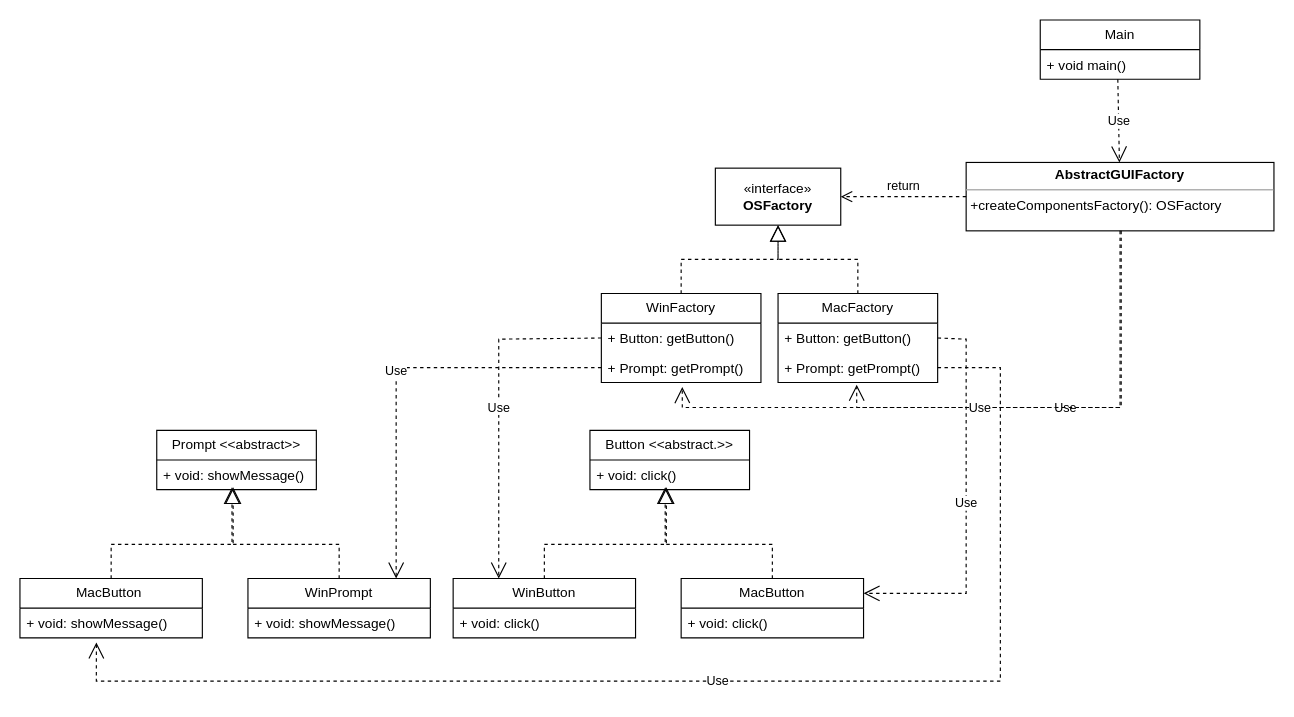
The draw.io diagram Creational/Abstract Factory/abstract factory example1 uml.drawio in SubhamAshok/Design-Patterns, before the edit. Source tidied: cells renumbered, new cells numbered last; positions are measured from the earlier drawing's top-left corner, leaving out a move shared by most shapes. Both pictures are drawn from the tidied source at 114%, with x=0, y=0 at pixel (19, 19).
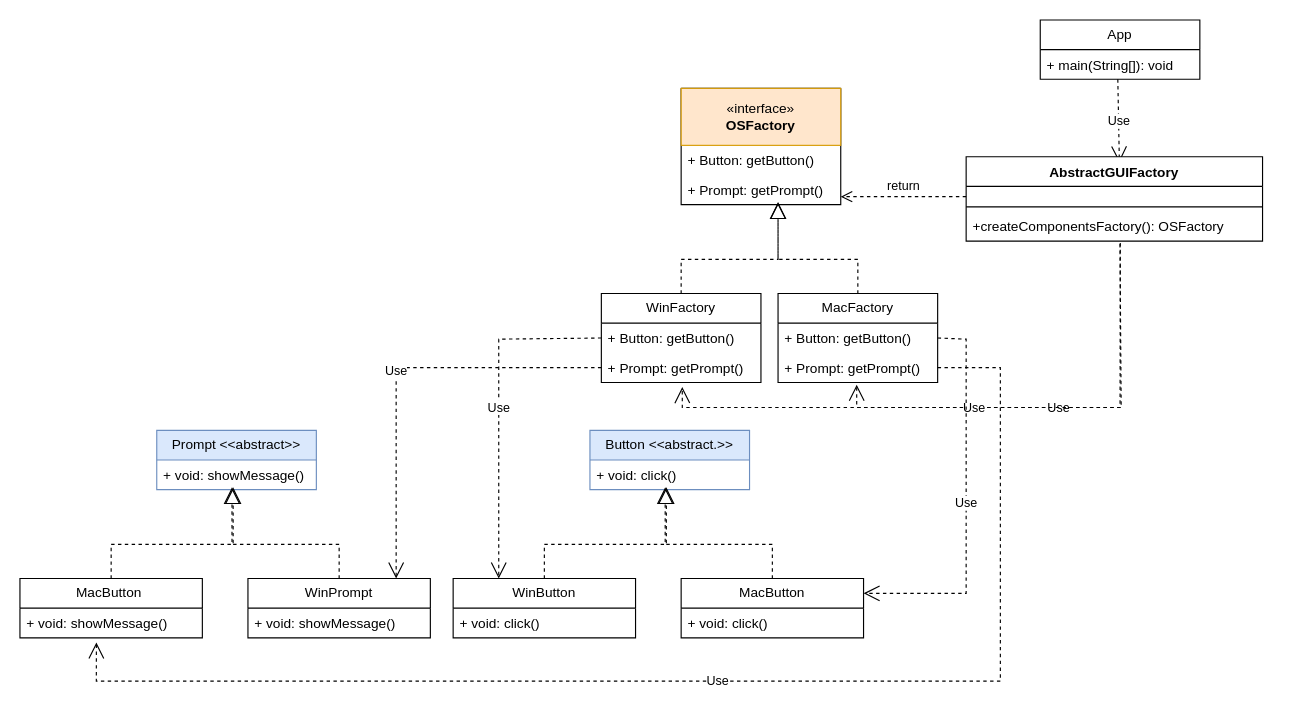
After the change.

Unchanged cells that the change refers to:
```xml
<mxCell id="3" value="WinFactory" style="swimlane;fontStyle=0;horizontal=1;startSize=26;fillColor=none;whiteSpace=wrap;html=1;" parent="1" vertex="1">
  <mxGeometry x="510" y="240" width="140" height="78" as="geometry" />
</mxCell>
<mxCell id="5" value="+ Prompt: getPrompt()" style="text;strokeColor=none;fillColor=none;align=left;verticalAlign=top;spacingLeft=4;spacingRight=4;overflow=hidden;points=[[0,0.5],[1,0.5]];portConstraint=eastwest;whiteSpace=wrap;html=1;" parent="3" vertex="1">
  <mxGeometry y="52" width="140" height="26" as="geometry" />
</mxCell>
<mxCell id="6" value="MacFactory" style="swimlane;fontStyle=0;horizontal=1;startSize=26;fillColor=none;whiteSpace=wrap;html=1;" parent="1" vertex="1">
  <mxGeometry x="665" y="240" width="140" height="78" as="geometry" />
</mxCell>
```

Diff of the diagram source:
```diff
@@
-    <mxCell id="2" value="«interface»&lt;br&gt;&lt;b&gt;OSFactory&lt;/b&gt;" style="html=1;whiteSpace=wrap;" parent="1" vertex="1">
-      <mxGeometry x="610" y="130" width="110" height="50" as="geometry" />
-    </mxCell>
@@
-    <mxCell id="9" style="endArrow=block;dashed=1;endFill=0;endSize=12;html=1;rounded=0;exitX=0.5;exitY=0;exitDx=0;exitDy=0;entryX=0.5;entryY=1;entryDx=0;entryDy=0;" parent="1" edge="1" source="3" target="2">
+    <mxCell id="9" style="endArrow=block;dashed=1;endFill=0;endSize=12;html=1;rounded=0;exitX=0.5;exitY=0;exitDx=0;exitDy=0;" parent="1" edge="1" source="3">
       <mxGeometry relative="1" as="geometry">
+        <mxPoint x="665" y="160" as="targetPoint" />
         <Array as="points">
           <mxPoint x="580" y="210" />
           <mxPoint x="665" y="210" />
         </Array>
       </mxGeometry>
     </mxCell>
-    <mxCell id="10" style="endArrow=block;dashed=1;endFill=0;endSize=12;html=1;rounded=0;exitX=0.5;exitY=0;exitDx=0;exitDy=0;entryX=0.5;entryY=1;entryDx=0;entryDy=0;" parent="1" edge="1" source="6" target="2">
+    <mxCell id="10" style="endArrow=block;dashed=1;endFill=0;endSize=12;html=1;rounded=0;exitX=0.5;exitY=0;exitDx=0;exitDy=0;" parent="1" edge="1" source="6">
       <mxGeometry relative="1" as="geometry">
+        <mxPoint x="665" y="160" as="targetPoint" />
         <Array as="points">
           <mxPoint x="735" y="210" />
           <mxPoint x="665" y="210" />
         </Array>
       </mxGeometry>
     </mxCell>
-    <mxCell id="11" value="Button &amp;lt;&amp;lt;abstract.&amp;gt;&amp;gt;" style="swimlane;fontStyle=0;horizontal=1;startSize=26;fillColor=none;whiteSpace=wrap;html=1;" parent="1" vertex="1">
+    <mxCell id="11" value="Button &amp;lt;&amp;lt;abstract.&amp;gt;&amp;gt;" style="swimlane;fontStyle=0;horizontal=1;startSize=26;fillColor=#dae8fc;whiteSpace=wrap;html=1;strokeColor=#6c8ebf;" parent="1" vertex="1">
       <mxGeometry x="500" y="360" width="140" height="52" as="geometry" />
     </mxCell>
@@
-    <mxCell id="19" value="&lt;p style=&quot;margin:0px;margin-top:4px;text-align:center;&quot;&gt;&lt;b&gt;AbstractGUIFactory&lt;/b&gt;&lt;/p&gt;&lt;hr size=&quot;1&quot;&gt;&lt;p style=&quot;margin:0px;margin-left:4px;&quot;&gt;&lt;span style=&quot;background-color: initial;&quot;&gt;+createComponentsFactory(): OSFactory&lt;/span&gt;&lt;br&gt;&lt;/p&gt;" style="verticalAlign=top;align=left;overflow=fill;fontSize=12;fontFamily=Helvetica;html=1;whiteSpace=wrap;" parent="1" vertex="1">
-      <mxGeometry x="830" y="125" width="270" height="60" as="geometry" />
-    </mxCell>
-    <mxCell id="20" value="return" style="html=1;verticalAlign=bottom;endArrow=open;dashed=1;endSize=8;edgeStyle=elbowEdgeStyle;elbow=vertical;curved=0;rounded=0;exitX=0;exitY=0.5;exitDx=0;exitDy=0;" parent="1" edge="1" source="19">
+    <mxCell id="20" value="return" style="html=1;verticalAlign=bottom;endArrow=open;dashed=1;endSize=8;edgeStyle=elbowEdgeStyle;elbow=vertical;curved=0;rounded=0;exitX=0;exitY=0.5;exitDx=0;exitDy=0;" parent="1" edge="1">
       <mxGeometry relative="1" as="geometry">
+        <mxPoint x="830" y="155" as="sourcePoint" />
         <mxPoint x="720" y="154.5" as="targetPoint" />
       </mxGeometry>
     </mxCell>
-    <mxCell id="21" value="Main" style="swimlane;fontStyle=0;horizontal=1;startSize=26;fillColor=none;whiteSpace=wrap;html=1;" parent="1" vertex="1">
+    <mxCell id="21" value="App" style="swimlane;fontStyle=0;horizontal=1;startSize=26;fillColor=none;whiteSpace=wrap;html=1;" parent="1" vertex="1">
       <mxGeometry x="895" width="140" height="52" as="geometry" />
     </mxCell>
-    <mxCell id="22" value="+ void main()" style="text;strokeColor=none;fillColor=none;align=left;verticalAlign=top;spacingLeft=4;spacingRight=4;overflow=hidden;points=[[0,0.5],[1,0.5]];portConstraint=eastwest;whiteSpace=wrap;html=1;" parent="21" vertex="1">
+    <mxCell id="22" value="+ main(String[]): void" style="text;strokeColor=none;fillColor=none;align=left;verticalAlign=top;spacingLeft=4;spacingRight=4;overflow=hidden;points=[[0,0.5],[1,0.5]];portConstraint=eastwest;whiteSpace=wrap;html=1;" parent="21" vertex="1">
       <mxGeometry y="26" width="140" height="26" as="geometry" />
     </mxCell>
-    <mxCell id="23" value="Use" style="endArrow=open;endSize=12;dashed=1;html=1;rounded=0;exitX=0.486;exitY=1;exitDx=0;exitDy=0;exitPerimeter=0;" parent="1" edge="1" source="22" target="19">
-      <mxGeometry relative="1" as="geometry" />
+    <mxCell id="23" value="Use" style="endArrow=open;endSize=12;dashed=1;html=1;rounded=0;exitX=0.486;exitY=1;exitDx=0;exitDy=0;exitPerimeter=0;" parent="1" edge="1" source="22">
+      <mxGeometry relative="1" as="geometry">
+        <mxPoint x="964.4" y="125" as="targetPoint" />
+      </mxGeometry>
     </mxCell>
-    <mxCell id="24" value="Use" style="endArrow=open;endSize=12;dashed=1;html=1;rounded=0;exitX=0.5;exitY=1;exitDx=0;exitDy=0;" parent="1" edge="1" source="19">
+    <mxCell id="24" value="Use" style="endArrow=open;endSize=12;dashed=1;html=1;rounded=0;exitX=0.52;exitY=1.063;exitDx=0;exitDy=0;exitPerimeter=0;" parent="1" edge="1" source="44">
       <mxGeometry relative="1" as="geometry">
         <mxPoint x="734" y="320" as="targetPoint" />
         <Array as="points">
           <mxPoint x="965" y="340" />
           <mxPoint x="734" y="340" />
         </Array>
       </mxGeometry>
     </mxCell>
-    <mxCell id="25" value="Use" style="endArrow=open;endSize=12;dashed=1;html=1;rounded=0;exitX=0.5;exitY=1;exitDx=0;exitDy=0;entryX=0.507;entryY=1.154;entryDx=0;entryDy=0;entryPerimeter=0;" parent="1" edge="1" target="5">
+    <mxCell id="25" value="Use" style="endArrow=open;endSize=12;dashed=1;html=1;rounded=0;exitX=0.519;exitY=1.096;exitDx=0;exitDy=0;entryX=0.507;entryY=1.154;entryDx=0;entryDy=0;entryPerimeter=0;exitPerimeter=0;" parent="1" edge="1" source="44" target="5">
       <mxGeometry relative="1" as="geometry">
-        <mxPoint x="966" y="185" as="sourcePoint" />
         <Array as="points">
           <mxPoint x="966" y="340" />
           <mxPoint x="735" y="340" />
           <mxPoint x="581" y="340" />
         </Array>
       </mxGeometry>
     </mxCell>
@@
-    <mxCell id="27" value="Prompt &amp;lt;&amp;lt;abstract&amp;gt;&amp;gt;" style="swimlane;fontStyle=0;horizontal=1;startSize=26;fillColor=none;whiteSpace=wrap;html=1;" parent="1" vertex="1">
+    <mxCell id="27" value="Prompt &amp;lt;&amp;lt;abstract&amp;gt;&amp;gt;" style="swimlane;fontStyle=0;horizontal=1;startSize=26;fillColor=#dae8fc;whiteSpace=wrap;html=1;strokeColor=#6c8ebf;" parent="1" vertex="1">
       <mxGeometry x="120" y="360" width="140" height="52" as="geometry" />
     </mxCell>
@@
+    <mxCell id="38" style="swimlane;fontStyle=0;horizontal=1;startSize=0;fillColor=none;whiteSpace=wrap;html=1;" parent="1" vertex="1">
+      <mxGeometry x="580" y="60" width="140" height="102" as="geometry" />
+    </mxCell>
+    <mxCell id="2" value="«interface»&lt;br&gt;&lt;b&gt;OSFactory&lt;/b&gt;" style="html=1;whiteSpace=wrap;fillColor=#ffe6cc;strokeColor=#d79b00;" parent="38" vertex="1">
+      <mxGeometry width="140" height="50" as="geometry" />
+    </mxCell>
+    <mxCell id="39" value="+ Button: getButton()" style="text;strokeColor=none;fillColor=none;align=left;verticalAlign=top;spacingLeft=4;spacingRight=4;overflow=hidden;whiteSpace=wrap;html=1;" parent="38" vertex="1">
+      <mxGeometry y="50" width="140" height="26" as="geometry" />
+    </mxCell>
+    <mxCell id="40" value="+ Prompt: getPrompt()" style="text;strokeColor=none;fillColor=none;align=left;verticalAlign=top;spacingLeft=4;spacingRight=4;overflow=hidden;whiteSpace=wrap;html=1;" parent="38" vertex="1">
+      <mxGeometry y="76" width="140" height="26" as="geometry" />
+    </mxCell>
+    <mxCell id="41" value="AbstractGUIFactory" style="swimlane;fontStyle=1;align=center;verticalAlign=top;horizontal=1;startSize=26;" parent="1" vertex="1">
+      <mxGeometry x="830" y="120" width="260" height="74" as="geometry" />
+    </mxCell>
+    <mxCell id="42" value=" " style="text;strokeColor=none;fillColor=none;align=left;verticalAlign=top;spacingLeft=4;spacingRight=4;overflow=hidden;" parent="41" vertex="1">
+      <mxGeometry y="26" width="260" height="14" as="geometry" />
+    </mxCell>
+    <mxCell id="43" style="line;strokeWidth=1;fillColor=none;align=left;verticalAlign=middle;spacingTop=-1;spacingLeft=3;spacingRight=3;labelPosition=right;strokeColor=inherit;" parent="41" vertex="1">
+      <mxGeometry y="40" width="260" height="8" as="geometry" />
+    </mxCell>
+    <mxCell id="44" value="+createComponentsFactory(): OSFactory" style="text;strokeColor=none;fillColor=none;align=left;verticalAlign=top;spacingLeft=4;spacingRight=4;overflow=hidden;points=[[0,0.5],[1,0.5]];portConstraint=eastwest;" parent="41" vertex="1">
+      <mxGeometry y="48" width="260" height="26" as="geometry" />
+    </mxCell>
```
